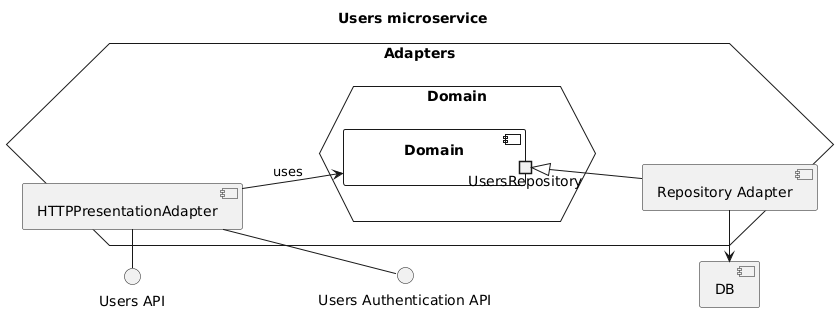
Above: doc/diagrams/users-components.png in Ventus218/SAP-assignment-02 (PlantUML), before the change. Its diagram source:
```plantuml
@startuml users-components

title "Users microservice"

left to right direction

component "DB"
interface "Users API" as UsersAPI
interface "Users Authentication API" as UsersAuthAPI

hexagon Adapters {
    hexagon Domain as DomainHex {
        component Domain {
            portout "UsersRepository" as Repo

        }
    }

    component "Repository Adapter" as RepoAdapter
    RepoAdapter -u-|> Repo
    RepoAdapter -l-> DB

    component "HTTPPresentationAdapter" as HTTPAdapter
    HTTPAdapter -d-> Domain : uses
    HTTPAdapter -() UsersAPI
    HTTPAdapter -() UsersAuthAPI
    UsersAPI -[hidden]-> UsersAuthAPI
}

@enduml
```
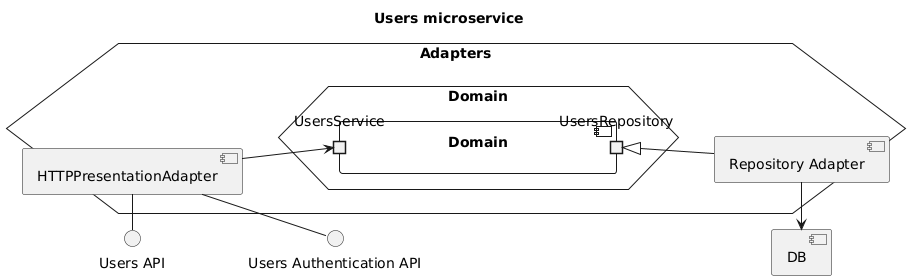
Later version of the same file.

What changed in the source:
```diff
@@ -12,7 +12,7 @@
     hexagon Domain as DomainHex {
         component Domain {
             portout "UsersRepository" as Repo
-
+            portin UsersService
         }
     }
 
@@ -21,7 +21,7 @@
     RepoAdapter -l-> DB
 
     component "HTTPPresentationAdapter" as HTTPAdapter
-    HTTPAdapter -d-> Domain : uses
+    HTTPAdapter -d-> UsersService
     HTTPAdapter -() UsersAPI
     HTTPAdapter -() UsersAuthAPI
     UsersAPI -[hidden]-> UsersAuthAPI
```
